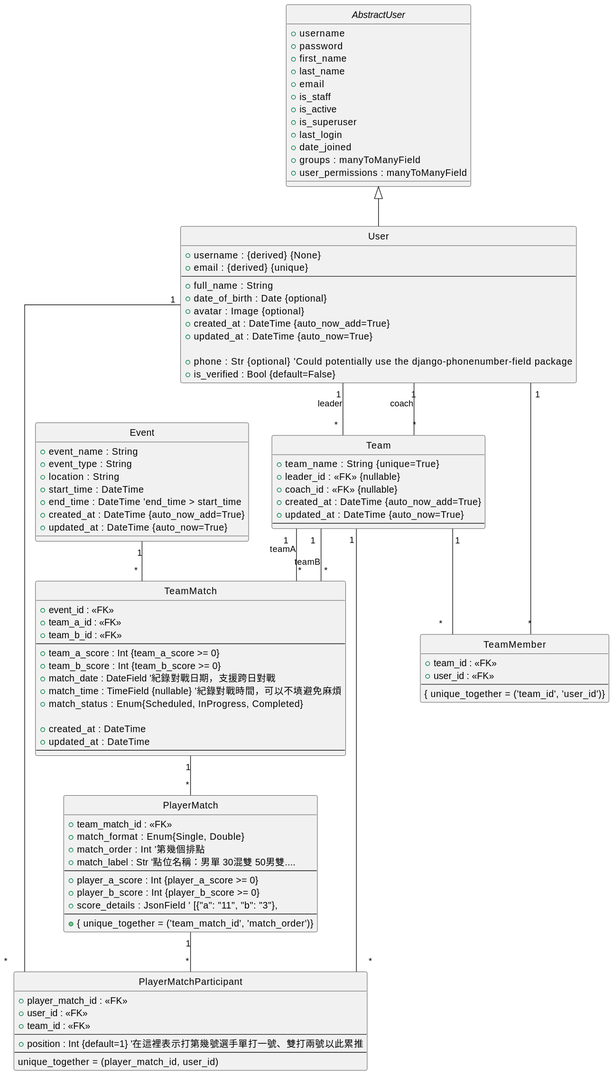
Before: docs/diagram/out/db.svg, a diagram exported from PlantUML (FriedDinoEggs/Nexus).
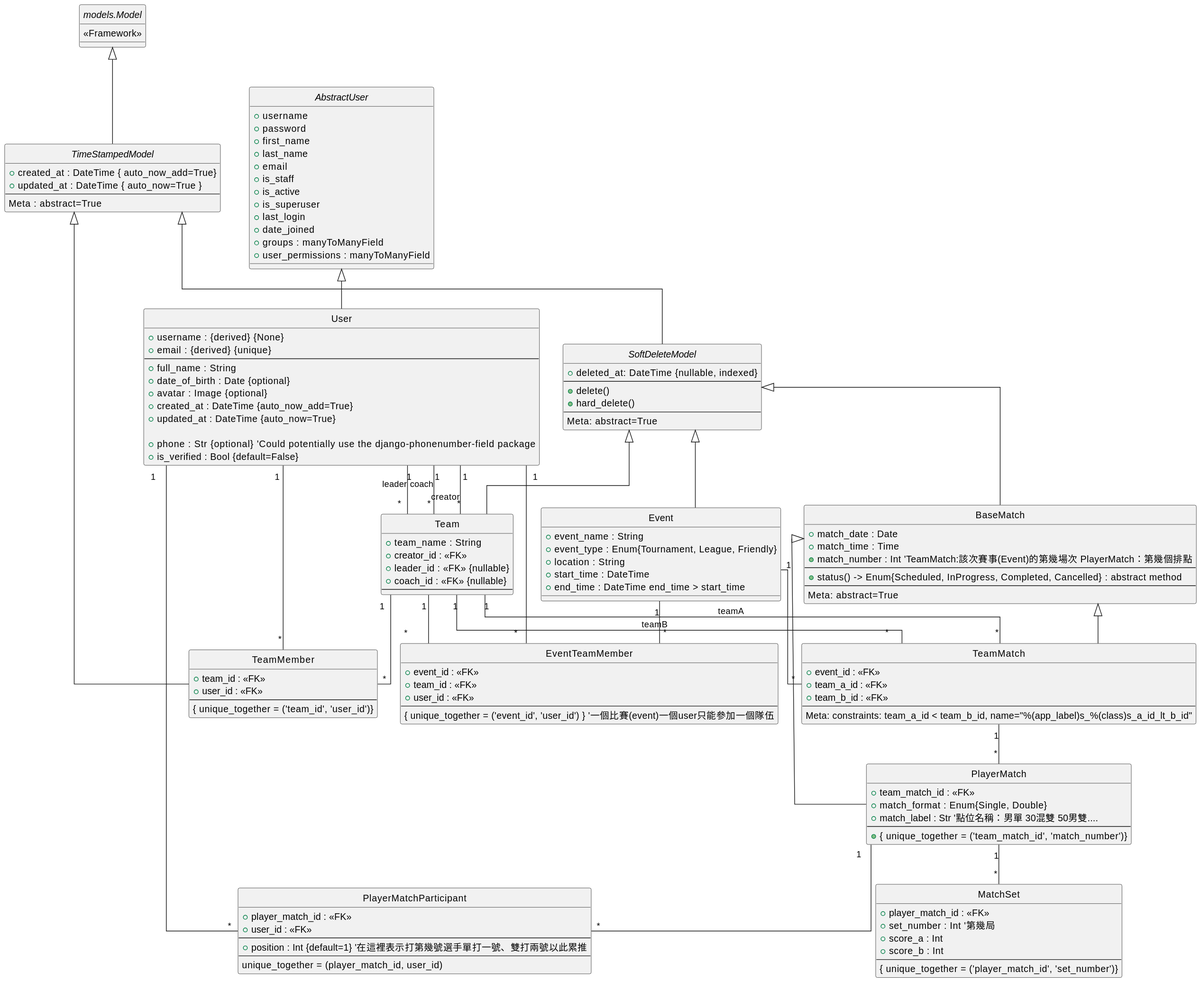
The same diagram one commit later.

Commit message:
Refactor TeamMatch constraints and update relationships

- Changed the constraints for team_a_id and team_b_id in TeamMatch to use '<' instead of '<=' for clarity.
- Removed redundant constraint ensuring team_a_id is not equal to team_b_id.
- Added a new relationship indicating that a User can be a creator of a Team.

Diff of the diagram source:
```diff
@@ -32,12 +32,33 @@
 }
 AbstractUser <|-- User
 
+abstract class "models.Model" as modelsModel {
+    << Framework >>
+}
+
+abstract class "TimeStampedModel" as TimeStampedModel {
+    + created_at : DateTime { auto_now_add=True}
+    + updated_at : DateTime { auto_now=True }
+    --
+    Meta : abstract=True
+}
+
+abstract class "SoftDeleteModel" as SoftDeleteModel {
+    + deleted_at: DateTime {nullable, indexed}
+    --
+    + delete()
+    + hard_delete()
+    --
+    Meta: abstract=True
+}
+
+
+
 class "Team" as Team {
-    + team_name : String {unique=True}
+    + team_name : String
+    + creator_id : <<FK>>
     + leader_id : <<FK>> {nullable}
     + coach_id : <<FK>> {nullable}
-    + created_at : DateTime {auto_now_add=True}
-    + updated_at : DateTime {auto_now=True}
     --
 }
 
@@ -50,12 +71,28 @@
 
 class "Event" as Event {
     + event_name : String
-    + event_type : String
+    + event_type : Enum{Tournament, League, Friendly}
     + location : String
     + start_time : DateTime
-    + end_time : DateTime 'end_time > start_time
-    + created_at : DateTime {auto_now_add=True}
-    + updated_at : DateTime {auto_now=True}
+    + end_time : DateTime end_time > start_time
+}
+
+class "EventTeamMember" as EventTeamMember {
+    + event_id : << FK >>
+    + team_id : << FK >>
+    + user_id : << FK >>
+    --
+    { unique_together = ('event_id', 'user_id') } '一個比賽(event)一個user只能參加一個隊伍
+}
+
+class "BaseMatch" as BaseMatch {
+    + match_date : Date
+    + match_time : Time
+    + match_number : Int 'TeamMatch:該次賽事(Event)的第幾場次 PlayerMatch：第幾個排點
+    --
+    + status() -> Enum{Scheduled, InProgress, Completed, Cancelled} : abstract method
+    --
+    Meta: abstract=True
 }
 
 class "TeamMatch" as TeamMatch {
@@ -63,34 +100,29 @@
     + team_a_id : << FK >>
     + team_b_id : << FK >>
     --
-    + team_a_score : Int {team_a_score >= 0}
-    + team_b_score : Int {team_b_score >= 0}
-    + match_date : DateField '紀錄對戰日期，支援跨日對戰
-    + match_time : TimeField {nullable} '紀錄對戰時間，可以不填避免麻煩
-    + match_status : Enum{Scheduled, InProgress, Completed}
-
-    + created_at : DateTime
-    + updated_at : DateTime
-    --
+    Meta: constraints: team_a_id < team_b_id, name="%(app_label)s_%(class)s_a_id_lt_b_id"
 }
 
 class "PlayerMatch" as PlayerMatch {
     + team_match_id : << FK >>
     + match_format : Enum{Single, Double}
-    + match_order : Int '第幾個排點
     + match_label : Str '點位名稱：男單 30混雙 50男雙....
     --
-    + player_a_score : Int {player_a_score >= 0}
-    + player_b_score : Int {player_b_score >= 0}
-    + score_details : JsonField ' [{"a": "11", "b": "3"},
+    + { unique_together = ('team_match_id', 'match_number')}
+}
+
+class "MatchSet" as MatchSet {
+    + player_match_id : << FK >>
+    + set_number : Int '第幾局
+    + score_a : Int
+    + score_b : Int
     --
-    + { unique_together = ('team_match_id', 'match_order')}
+    { unique_together = ('player_match_id', 'set_number')}
 }
 
 class "PlayerMatchParticipant" as PlayerMatchParticipant {
     + player_match_id : << FK >>
     + user_id : << FK >>
-    + team_id : << FK >>
     --
     + position : Int {default=1} '在這裡表示打第幾號選手單打一號、雙打兩號以此累推
     --
@@ -98,9 +130,25 @@
 }
 
 
+modelsModel <|-- TimeStampedModel
+TimeStampedModel <|-- SoftDeleteModel
+
+TimeStampedModel <|-- TeamMember
+
+SoftDeleteModel <|-- Team
+SoftDeleteModel <|-- Event
+SoftDeleteModel <|-- BaseMatch
+
+BaseMatch <|-- PlayerMatch
+BaseMatch <|-- TeamMatch
+
+Event "1" -- "*" EventTeamMember
+Team  "1" -- "*" EventTeamMember
+User  "1" -- "*" EventTeamMember
 
 User "1" -- "*" Team : leader
 User "1" -- "*" Team : coach
+User "1" -- "*" Team : creator
 
 User "1" -- "*" TeamMember
 Team "1" -- "*" TeamMember
@@ -111,7 +159,7 @@
 
 TeamMatch "1" -- "*" PlayerMatch
 
+PlayerMatch "1" -- "*" MatchSet
 PlayerMatch "1" -- "*" PlayerMatchParticipant
 User "1" -- "*" PlayerMatchParticipant
-Team "1" -- "*" PlayerMatchParticipant
 @enduml
```
